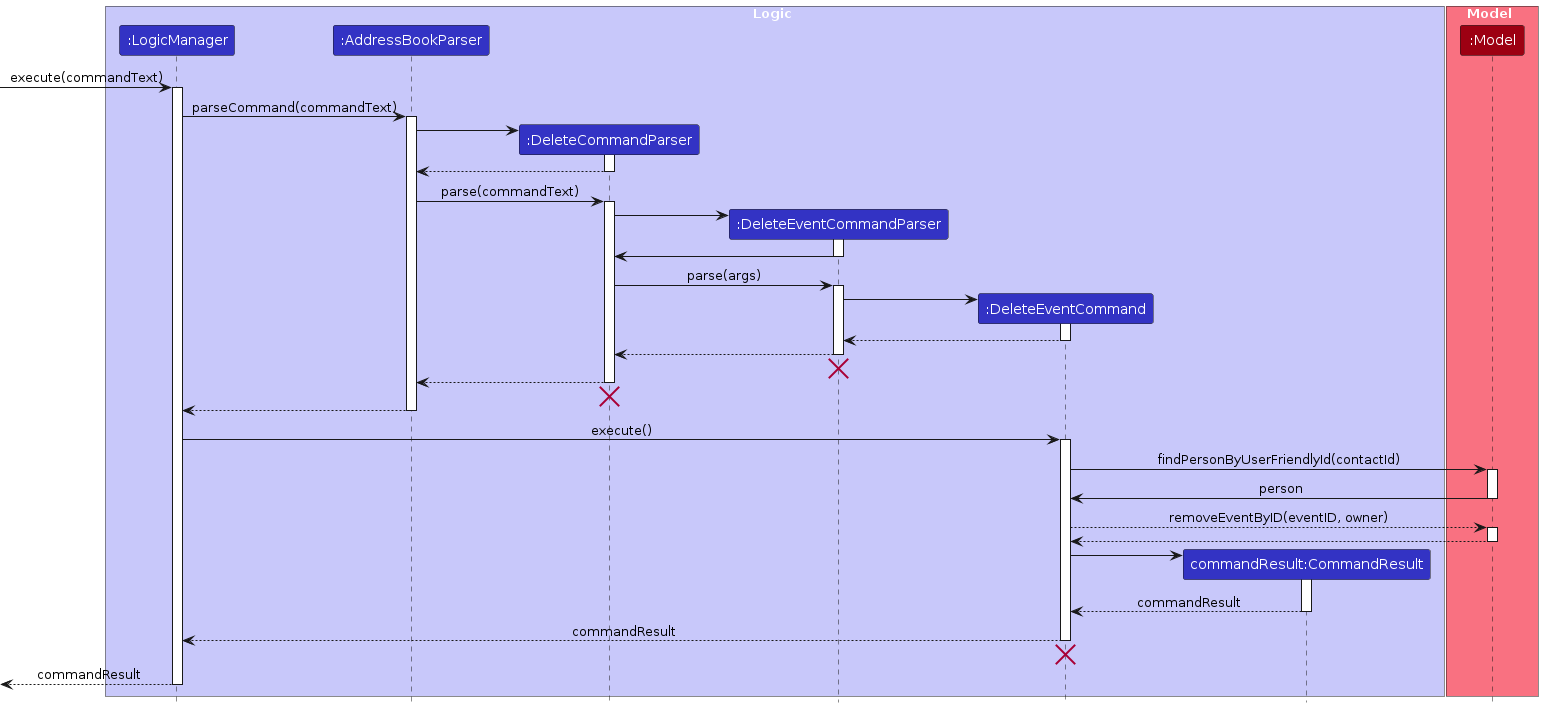
Earlier version of the PlantUML export diagrams/event/DeleteEventSequenceDiagram.png (AY2324S1-CS2103T-W16-1/tp). Its source is kept beside it as diagrams/event/DeleteEventSequenceDiagram.puml. The source it was exported from:
```plantuml
@startuml
!include ../style.puml
skinparam ArrowFontStyle plain

box Logic LOGIC_COLOR_T1
participant ":LogicManager" as LogicManager LOGIC_COLOR
participant ":AddressBookParser" as AddressBookParser LOGIC_COLOR
participant ":DeleteCommandParser" as DeleteCommandParser LOGIC_COLOR
participant ":DeleteEventCommandParser" as DeleteEventCommandParser LOGIC_COLOR
participant ":DeleteEventCommand" as DeleteEventCommand LOGIC_COLOR
participant "commandResult:CommandResult" as CommandResult LOGIC_COLOR
end box

box Model MODEL_COLOR_T1
participant ":Model" as Model MODEL_COLOR
end box

[-> LogicManager : execute(commandText)
activate LogicManager

LogicManager -> AddressBookParser : parseCommand(commandText)
activate AddressBookParser

create DeleteCommandParser
AddressBookParser -> DeleteCommandParser
activate DeleteCommandParser

DeleteCommandParser --> AddressBookParser
deactivate DeleteCommandParser

AddressBookParser -> DeleteCommandParser : parse(commandText)
activate DeleteCommandParser

create DeleteEventCommandParser
DeleteCommandParser -> DeleteEventCommandParser
activate DeleteEventCommandParser

DeleteEventCommandParser -> DeleteCommandParser
deactivate DeleteEventCommandParser

DeleteCommandParser -> DeleteEventCommandParser : parse(args)
activate DeleteEventCommandParser

create DeleteEventCommand
DeleteEventCommandParser -> DeleteEventCommand
activate DeleteEventCommand

DeleteEventCommand --> DeleteEventCommandParser
deactivate DeleteEventCommand

DeleteEventCommandParser --> DeleteCommandParser
deactivate DeleteEventCommandParser
DeleteEventCommandParser -[hidden]-> DeleteCommandParser
destroy DeleteEventCommandParser

DeleteCommandParser --> AddressBookParser
deactivate DeleteCommandParser
DeleteCommandParser -[hidden]-> AddressBookParser
destroy DeleteCommandParser

AddressBookParser --> LogicManager
deactivate AddressBookParser

LogicManager -> DeleteEventCommand : execute()
activate DeleteEventCommand

DeleteEventCommand -> Model: findPersonByUserFriendlyId(contactId)
activate Model

Model -> DeleteEventCommand: person
deactivate Model

DeleteEventCommand --> Model : removeEventByID(eventID, owner)
activate Model
DeleteEventCommand <-- Model
deactivate Model

create CommandResult
DeleteEventCommand -> CommandResult
activate CommandResult

CommandResult --> DeleteEventCommand : commandResult
deactivate CommandResult

DeleteEventCommand --> LogicManager : commandResult
deactivate DeleteEventCommand
DeleteEventCommand -[hidden]-> LogicManager
destroy DeleteEventCommand

[<--LogicManager : commandResult
deactivate LogicManager
@enduml
```
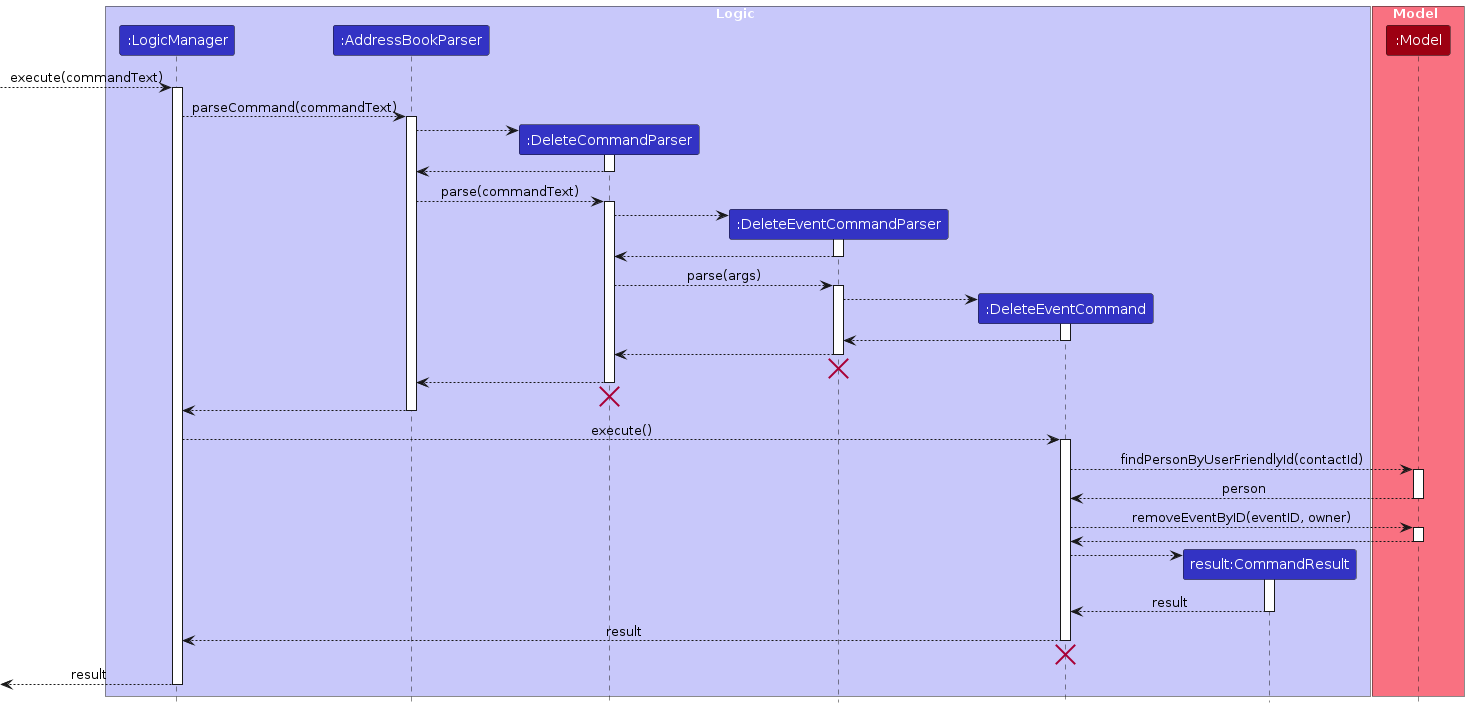
Above is the later version.

The edit, as a diff of the source:
```diff
@@ -8,41 +8,41 @@
 participant ":DeleteCommandParser" as DeleteCommandParser LOGIC_COLOR
 participant ":DeleteEventCommandParser" as DeleteEventCommandParser LOGIC_COLOR
 participant ":DeleteEventCommand" as DeleteEventCommand LOGIC_COLOR
-participant "commandResult:CommandResult" as CommandResult LOGIC_COLOR
+participant "result:CommandResult" as CommandResult LOGIC_COLOR
 end box
 
 box Model MODEL_COLOR_T1
 participant ":Model" as Model MODEL_COLOR
 end box
 
-[-> LogicManager : execute(commandText)
+[--> LogicManager : execute(commandText)
 activate LogicManager
 
-LogicManager -> AddressBookParser : parseCommand(commandText)
+LogicManager --> AddressBookParser : parseCommand(commandText)
 activate AddressBookParser
 
 create DeleteCommandParser
-AddressBookParser -> DeleteCommandParser
+AddressBookParser --> DeleteCommandParser
 activate DeleteCommandParser
 
 DeleteCommandParser --> AddressBookParser
 deactivate DeleteCommandParser
 
-AddressBookParser -> DeleteCommandParser : parse(commandText)
+AddressBookParser --> DeleteCommandParser : parse(commandText)
 activate DeleteCommandParser
 
 create DeleteEventCommandParser
-DeleteCommandParser -> DeleteEventCommandParser
+DeleteCommandParser --> DeleteEventCommandParser
 activate DeleteEventCommandParser
 
-DeleteEventCommandParser -> DeleteCommandParser
+DeleteEventCommandParser --> DeleteCommandParser
 deactivate DeleteEventCommandParser
 
-DeleteCommandParser -> DeleteEventCommandParser : parse(args)
+DeleteCommandParser --> DeleteEventCommandParser : parse(args)
 activate DeleteEventCommandParser
 
 create DeleteEventCommand
-DeleteEventCommandParser -> DeleteEventCommand
+DeleteEventCommandParser --> DeleteEventCommand
 activate DeleteEventCommand
 
 DeleteEventCommand --> DeleteEventCommandParser
@@ -61,32 +61,34 @@
 AddressBookParser --> LogicManager
 deactivate AddressBookParser
 
-LogicManager -> DeleteEventCommand : execute()
+LogicManager --> DeleteEventCommand : execute()
 activate DeleteEventCommand
 
-DeleteEventCommand -> Model: findPersonByUserFriendlyId(contactId)
+DeleteEventCommand --> Model: findPersonByUserFriendlyId(contactId)
 activate Model
 
-Model -> DeleteEventCommand: person
+Model --> DeleteEventCommand: person
 deactivate Model
 
 DeleteEventCommand --> Model : removeEventByID(eventID, owner)
 activate Model
+
 DeleteEventCommand <-- Model
 deactivate Model
 
 create CommandResult
-DeleteEventCommand -> CommandResult
+DeleteEventCommand --> CommandResult
 activate CommandResult
 
-CommandResult --> DeleteEventCommand : commandResult
+CommandResult --> DeleteEventCommand : result
 deactivate CommandResult
 
-DeleteEventCommand --> LogicManager : commandResult
+DeleteEventCommand --> LogicManager : result
 deactivate DeleteEventCommand
+
 DeleteEventCommand -[hidden]-> LogicManager
 destroy DeleteEventCommand
 
-[<--LogicManager : commandResult
+[<--LogicManager : result
 deactivate LogicManager
 @enduml
```
